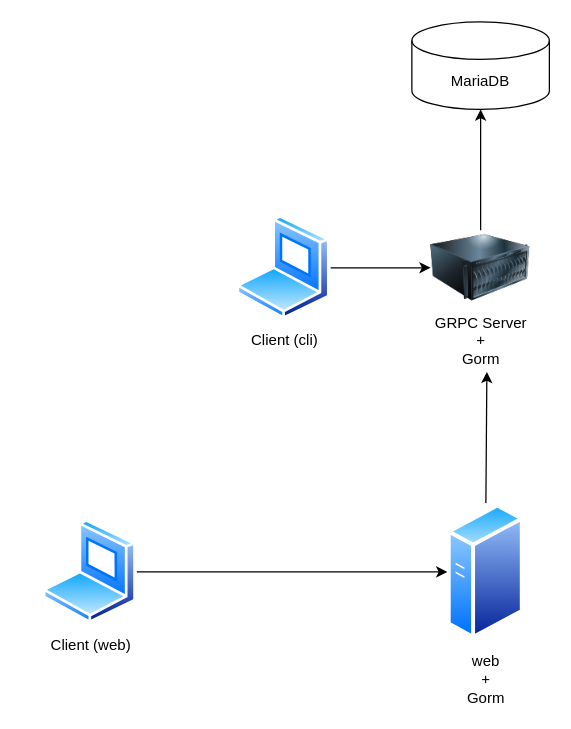
Above: diagram.drawio in zombiemachines/mariadb-grpc-test (draw.io), before the change. Source tidied: cells renumbered, new cells numbered last; positions are measured from the earlier drawing's top-left corner, leaving out a move shared by most shapes. Both pictures are drawn from the tidied source at 125%, with x=0, y=0 at pixel (42, 21).
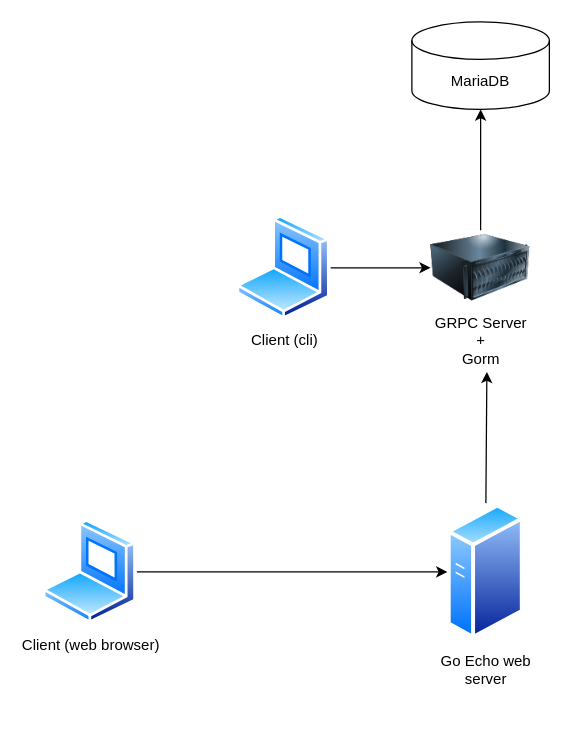
The same page after the edit.

What changed in the source:
```diff
@@
 <mxGraphModel>
   <root>
     <mxCell id="0" />
     <mxCell id="1" parent="0" />
     <mxCell id="2" value="MariaDB" style="shape=cylinder3;whiteSpace=wrap;html=1;boundedLbl=1;backgroundOutline=1;size=15;" parent="1" vertex="1">
       <mxGeometry x="295" width="110" height="70" as="geometry" />
     </mxCell>
     <mxCell id="3" style="edgeStyle=orthogonalEdgeStyle;rounded=0;jettySize=auto;html=1;" parent="1" edge="1" source="4" target="2">
       <mxGeometry relative="1" as="geometry" />
     </mxCell>
     <mxCell id="4" value="GRPC Server&lt;br&gt;+&lt;br&gt;Gorm" style="image;html=1;image=img/lib/clip_art/computers/Server_128x128.png;" parent="1" vertex="1">
       <mxGeometry x="310" y="166.7" width="80" height="60" as="geometry" />
     </mxCell>
     <mxCell id="5" style="edgeStyle=orthogonalEdgeStyle;rounded=0;jettySize=auto;html=1;entryX=0;entryY=0.5;entryDx=0;entryDy=0;" parent="1" edge="1" source="6" target="4">
       <mxGeometry relative="1" as="geometry" />
     </mxCell>
     <mxCell id="6" value="Client (cli)" style="image;perimeter=ellipsePerimeter;html=1;align=center;shadow=0;dashed=0;spacingTop=3;image=img/lib/active_directory/laptop_client.svg;" parent="1" vertex="1">
       <mxGeometry x="155" y="155" width="75" height="83.3" as="geometry" />
     </mxCell>
     <mxCell id="7" style="edgeStyle=none;html=1;exitX=0.5;exitY=0;exitDx=0;exitDy=0;" parent="1" edge="1" source="8">
       <mxGeometry relative="1" as="geometry">
         <mxPoint x="355" y="280" as="targetPoint" />
       </mxGeometry>
     </mxCell>
-    <mxCell id="8" value="web&lt;br&gt;+&lt;br&gt;Gorm" style="perimeter=ellipsePerimeter;html=1;align=center;shadow=0;dashed=0;spacingTop=3;image;image=img/lib/active_directory/generic_server.svg;" parent="1" vertex="1">
+    <mxCell id="8" value="Go Echo web&lt;br&gt;server&lt;br&gt;" style="perimeter=ellipsePerimeter;html=1;align=center;shadow=0;dashed=0;spacingTop=3;image;image=img/lib/active_directory/generic_server.svg;" parent="1" vertex="1">
       <mxGeometry x="323.4" y="385" width="61.6" height="110" as="geometry" />
     </mxCell>
     <mxCell id="9" style="edgeStyle=none;html=1;entryX=0;entryY=0.5;entryDx=0;entryDy=0;" parent="1" edge="1" source="10" target="8">
       <mxGeometry relative="1" as="geometry" />
     </mxCell>
-    <mxCell id="10" value="Client (web)" style="image;perimeter=ellipsePerimeter;html=1;align=center;shadow=0;dashed=0;spacingTop=3;image=img/lib/active_directory/laptop_client.svg;" parent="1" vertex="1">
+    <mxCell id="10" value="Client (web browser)" style="image;perimeter=ellipsePerimeter;html=1;align=center;shadow=0;dashed=0;spacingTop=3;image=img/lib/active_directory/laptop_client.svg;" parent="1" vertex="1">
       <mxGeometry y="398.3" width="75" height="83.3" as="geometry" />
     </mxCell>
   </root>
 </mxGraphModel>
```
